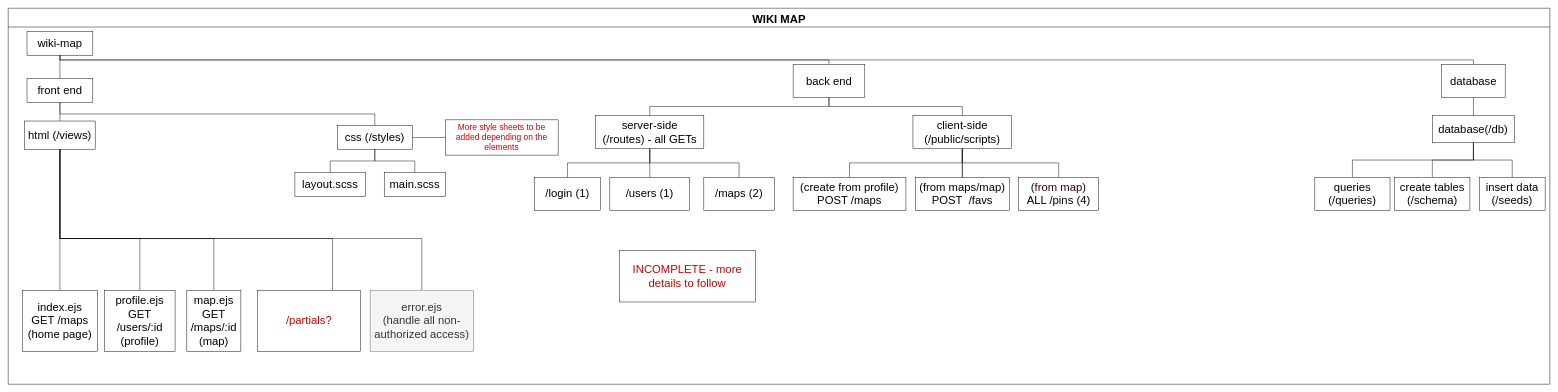
Above: planning/wiki-map-task-tree.drawio in GraceWXT/wiki-map (draw.io), before the change. Source tidied: cells renumbered, new cells numbered last; positions are measured from the earlier drawing's top-left corner, leaving out a move shared by most shapes. Both pictures are drawn from the tidied source at 47%, with x=0, y=0 at pixel (8, 8).
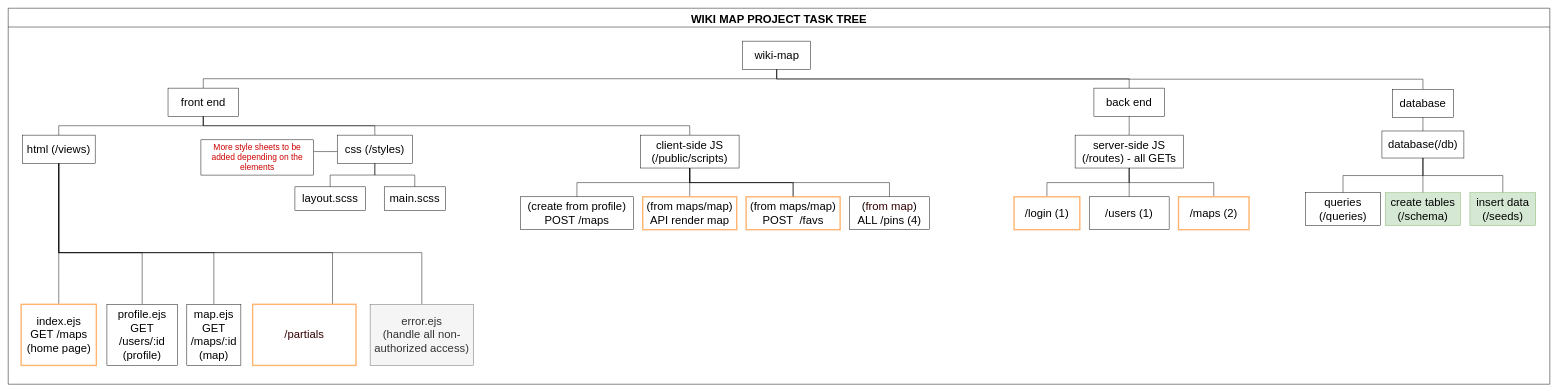
The same diagram, later.

Commit message (it also covers changes not shown here):
Update task-tree. Upload meeting notes for today.

What changed in the source:
```diff
@@
-    <mxCell id="2" value="WIKI MAP" style="swimlane;startSize=40;horizontal=1;containerType=tree;fontSize=24;" parent="1" vertex="1">
+    <mxCell id="2" value="WIKI MAP PROJECT TASK TREE" style="swimlane;startSize=40;horizontal=1;containerType=tree;fontSize=24;" parent="1" vertex="1">
       <mxGeometry width="3280" height="800" as="geometry" />
     </mxCell>
@@
     <mxCell id="4" value="wiki-map" style="whiteSpace=wrap;html=1;newEdgeStyle={&quot;edgeStyle&quot;:&quot;elbowEdgeStyle&quot;,&quot;startArrow&quot;:&quot;none&quot;,&quot;endArrow&quot;:&quot;none&quot;};fontSize=24;" parent="2" vertex="1">
-      <mxGeometry x="40" y="50" width="140" height="50" as="geometry" />
+      <mxGeometry x="1562.5" y="70" width="145" height="60" as="geometry" />
     </mxCell>
     <mxCell id="5" value="html (/views)" style="whiteSpace=wrap;html=1;newEdgeStyle={&quot;edgeStyle&quot;:&quot;elbowEdgeStyle&quot;,&quot;startArrow&quot;:&quot;none&quot;,&quot;endArrow&quot;:&quot;none&quot;};fontSize=24;" parent="2" vertex="1">
-      <mxGeometry x="35" y="240" width="150" height="60" as="geometry" />
+      <mxGeometry x="30" y="270" width="155" height="60" as="geometry" />
     </mxCell>
@@
     <mxCell id="7" value="front end" style="whiteSpace=wrap;html=1;newEdgeStyle={&quot;edgeStyle&quot;:&quot;elbowEdgeStyle&quot;,&quot;startArrow&quot;:&quot;none&quot;,&quot;endArrow&quot;:&quot;none&quot;};fontSize=24;" parent="2" vertex="1">
-      <mxGeometry x="40" y="150" width="140" height="50" as="geometry" />
+      <mxGeometry x="340" y="170" width="150" height="60" as="geometry" />
     </mxCell>
@@
     <mxCell id="9" value="back end" style="whiteSpace=wrap;html=1;newEdgeStyle={&quot;edgeStyle&quot;:&quot;elbowEdgeStyle&quot;,&quot;startArrow&quot;:&quot;none&quot;,&quot;endArrow&quot;:&quot;none&quot;};fontSize=24;" parent="2" vertex="1">
-      <mxGeometry x="1670" y="120" width="152.5" height="70" as="geometry" />
+      <mxGeometry x="2310" y="170" width="150" height="60" as="geometry" />
     </mxCell>
@@
     <mxCell id="11" value="database" style="whiteSpace=wrap;html=1;newEdgeStyle={&quot;edgeStyle&quot;:&quot;elbowEdgeStyle&quot;,&quot;startArrow&quot;:&quot;none&quot;,&quot;endArrow&quot;:&quot;none&quot;};fontSize=24;" parent="2" vertex="1">
-      <mxGeometry x="3050" y="120" width="135" height="70" as="geometry" />
+      <mxGeometry x="2945" y="172.5" width="130" height="60" as="geometry" />
     </mxCell>
-    <mxCell id="12" style="edgeStyle=elbowEdgeStyle;elbow=vertical;startArrow=none;endArrow=none;rounded=0;fontSize=24;" parent="2" edge="1" source="9" target="13">
+    <mxCell id="12" style="edgeStyle=elbowEdgeStyle;elbow=vertical;startArrow=none;endArrow=none;rounded=0;fontSize=24;exitX=0.5;exitY=1;exitDx=0;exitDy=0;" parent="2" edge="1" source="9" target="13">
       <mxGeometry relative="1" as="geometry" />
     </mxCell>
-    <mxCell id="13" value="server-side&lt;br&gt;(/routes) - all GETs" style="whiteSpace=wrap;html=1;newEdgeStyle={&quot;edgeStyle&quot;:&quot;elbowEdgeStyle&quot;,&quot;startArrow&quot;:&quot;none&quot;,&quot;endArrow&quot;:&quot;none&quot;};fontSize=24;" parent="2" vertex="1">
-      <mxGeometry x="1250" y="228.8" width="230" height="70" as="geometry" />
+    <mxCell id="13" value="server-side JS&lt;br&gt;(/routes) - all GETs" style="whiteSpace=wrap;html=1;newEdgeStyle={&quot;edgeStyle&quot;:&quot;elbowEdgeStyle&quot;,&quot;startArrow&quot;:&quot;none&quot;,&quot;endArrow&quot;:&quot;none&quot;};fontSize=24;" parent="2" vertex="1">
+      <mxGeometry x="2270" y="270" width="230" height="70" as="geometry" />
     </mxCell>
@@
     <mxCell id="15" value="database(/db)" style="whiteSpace=wrap;html=1;newEdgeStyle={&quot;edgeStyle&quot;:&quot;elbowEdgeStyle&quot;,&quot;startArrow&quot;:&quot;none&quot;,&quot;endArrow&quot;:&quot;none&quot;};fontSize=24;" parent="2" vertex="1">
-      <mxGeometry x="3030.3" y="228.8" width="174.4" height="57.5" as="geometry" />
+      <mxGeometry x="2922.8" y="261.2" width="174.4" height="57.5" as="geometry" />
     </mxCell>
@@
     <mxCell id="17" value="css (/styles)" style="whiteSpace=wrap;html=1;newEdgeStyle={&quot;edgeStyle&quot;:&quot;elbowEdgeStyle&quot;,&quot;startArrow&quot;:&quot;none&quot;,&quot;endArrow&quot;:&quot;none&quot;};fontSize=24;" parent="2" vertex="1">
-      <mxGeometry x="700" y="250" width="160" height="50" as="geometry" />
+      <mxGeometry x="700" y="270" width="160" height="60" as="geometry" />
     </mxCell>
@@
-    <mxCell id="19" value="index.ejs&lt;br style=&quot;font-size: 24px;&quot;&gt;GET /maps&lt;br style=&quot;font-size: 24px;&quot;&gt;(home page)" style="whiteSpace=wrap;html=1;newEdgeStyle={&quot;edgeStyle&quot;:&quot;elbowEdgeStyle&quot;,&quot;startArrow&quot;:&quot;none&quot;,&quot;endArrow&quot;:&quot;none&quot;};fontSize=24;" parent="2" vertex="1">
-      <mxGeometry x="30" y="600" width="160" height="130" as="geometry" />
+    <mxCell id="19" value="index.ejs&lt;br style=&quot;font-size: 24px;&quot;&gt;GET /maps&lt;br style=&quot;font-size: 24px;&quot;&gt;(home page)" style="whiteSpace=wrap;html=1;newEdgeStyle={&quot;edgeStyle&quot;:&quot;elbowEdgeStyle&quot;,&quot;startArrow&quot;:&quot;none&quot;,&quot;endArrow&quot;:&quot;none&quot;};fontSize=24;strokeColor=#FFB570;strokeWidth=3;" parent="2" vertex="1">
+      <mxGeometry x="27.5" y="630" width="160" height="130" as="geometry" />
     </mxCell>
     <mxCell id="20" style="edgeStyle=elbowEdgeStyle;elbow=vertical;startArrow=none;endArrow=none;rounded=0;fontSize=24;" parent="2" edge="1" source="5" target="21">
       <mxGeometry relative="1" as="geometry">
         <Array as="points">
-          <mxPoint x="200" y="490" />
+          <mxPoint x="200" y="520" />
         </Array>
       </mxGeometry>
     </mxCell>
     <mxCell id="21" value="profile.ejs&lt;br style=&quot;font-size: 24px;&quot;&gt;GET /users/:id&lt;br style=&quot;font-size: 24px;&quot;&gt;(profile)" style="whiteSpace=wrap;html=1;newEdgeStyle={&quot;edgeStyle&quot;:&quot;elbowEdgeStyle&quot;,&quot;startArrow&quot;:&quot;none&quot;,&quot;endArrow&quot;:&quot;none&quot;};fontSize=24;" parent="2" vertex="1">
-      <mxGeometry x="205" y="600" width="150" height="130" as="geometry" />
+      <mxGeometry x="210" y="630" width="150" height="130" as="geometry" />
     </mxCell>
     <mxCell id="22" style="edgeStyle=elbowEdgeStyle;elbow=vertical;startArrow=none;endArrow=none;rounded=0;fontSize=24;" parent="2" edge="1" source="5" target="23">
       <mxGeometry relative="1" as="geometry">
         <Array as="points">
-          <mxPoint x="280" y="490" />
+          <mxPoint x="280" y="520" />
         </Array>
       </mxGeometry>
     </mxCell>
     <mxCell id="23" value="map.ejs&lt;br style=&quot;font-size: 24px;&quot;&gt;GET /maps/:id&lt;br style=&quot;font-size: 24px;&quot;&gt;(map)" style="whiteSpace=wrap;html=1;newEdgeStyle={&quot;edgeStyle&quot;:&quot;elbowEdgeStyle&quot;,&quot;startArrow&quot;:&quot;none&quot;,&quot;endArrow&quot;:&quot;none&quot;};fontSize=24;" parent="2" vertex="1">
-      <mxGeometry x="380" y="600" width="115" height="130" as="geometry" />
+      <mxGeometry x="380" y="630" width="115" height="130" as="geometry" />
     </mxCell>
-    <mxCell id="24" value="INCOMPLETE - more details to follow" style="rounded=0;whiteSpace=wrap;html=1;fontSize=24;fontColor=#CC0000;" parent="2" vertex="1">
-      <mxGeometry x="1300" y="515" width="290" height="110" as="geometry" />
-    </mxCell>
@@
     <mxCell id="26" value="main.scss" style="whiteSpace=wrap;html=1;newEdgeStyle={&quot;edgeStyle&quot;:&quot;elbowEdgeStyle&quot;,&quot;startArrow&quot;:&quot;none&quot;,&quot;endArrow&quot;:&quot;none&quot;};fontSize=24;" parent="2" vertex="1">
-      <mxGeometry x="800" y="350" width="130" height="50" as="geometry" />
+      <mxGeometry x="800" y="380" width="130" height="50" as="geometry" />
     </mxCell>
@@
     <mxCell id="28" value="layout.scss" style="whiteSpace=wrap;html=1;newEdgeStyle={&quot;edgeStyle&quot;:&quot;elbowEdgeStyle&quot;,&quot;startArrow&quot;:&quot;none&quot;,&quot;endArrow&quot;:&quot;none&quot;};fontSize=24;" parent="2" vertex="1">
-      <mxGeometry x="610" y="350" width="150" height="50" as="geometry" />
+      <mxGeometry x="610" y="380" width="150" height="50" as="geometry" />
     </mxCell>
-    <mxCell id="29" style="edgeStyle=elbowEdgeStyle;elbow=vertical;startArrow=none;endArrow=none;rounded=0;fontSize=24;" parent="2" edge="1" source="9" target="30">
+    <mxCell id="29" style="edgeStyle=elbowEdgeStyle;elbow=vertical;startArrow=none;endArrow=none;rounded=0;fontSize=24;exitX=0.5;exitY=1;exitDx=0;exitDy=0;" parent="2" edge="1" source="7" target="30">
       <mxGeometry relative="1" as="geometry" />
     </mxCell>
-    <mxCell id="30" value="client-side&lt;br style=&quot;font-size: 24px;&quot;&gt;(/public/scripts)" style="whiteSpace=wrap;html=1;newEdgeStyle={&quot;edgeStyle&quot;:&quot;elbowEdgeStyle&quot;,&quot;startArrow&quot;:&quot;none&quot;,&quot;endArrow&quot;:&quot;none&quot;};fontSize=24;" parent="2" vertex="1">
-      <mxGeometry x="1925" y="228.8" width="210" height="70" as="geometry" />
+    <mxCell id="30" value="client-side JS&lt;br style=&quot;font-size: 24px&quot;&gt;(/public/scripts)" style="whiteSpace=wrap;html=1;newEdgeStyle={&quot;edgeStyle&quot;:&quot;elbowEdgeStyle&quot;,&quot;startArrow&quot;:&quot;none&quot;,&quot;endArrow&quot;:&quot;none&quot;};fontSize=24;" parent="2" vertex="1">
+      <mxGeometry x="1345" y="270" width="210" height="70" as="geometry" />
     </mxCell>
@@
-    <mxCell id="32" value="insert data&lt;br style=&quot;font-size: 24px;&quot;&gt;(/seeds)" style="whiteSpace=wrap;html=1;newEdgeStyle={&quot;edgeStyle&quot;:&quot;elbowEdgeStyle&quot;,&quot;startArrow&quot;:&quot;none&quot;,&quot;endArrow&quot;:&quot;none&quot;};fontSize=24;" parent="2" vertex="1">
-      <mxGeometry x="3130" y="360" width="140" height="70" as="geometry" />
+    <mxCell id="32" value="insert data&lt;br style=&quot;font-size: 24px;&quot;&gt;(/seeds)" style="whiteSpace=wrap;html=1;newEdgeStyle={&quot;edgeStyle&quot;:&quot;elbowEdgeStyle&quot;,&quot;startArrow&quot;:&quot;none&quot;,&quot;endArrow&quot;:&quot;none&quot;};fontSize=24;fillColor=#d5e8d4;strokeColor=#82b366;" parent="2" vertex="1">
+      <mxGeometry x="3110" y="392.5" width="140" height="70" as="geometry" />
     </mxCell>
@@
-    <mxCell id="34" value="create tables (/schema)" style="whiteSpace=wrap;html=1;newEdgeStyle={&quot;edgeStyle&quot;:&quot;elbowEdgeStyle&quot;,&quot;startArrow&quot;:&quot;none&quot;,&quot;endArrow&quot;:&quot;none&quot;};fontSize=24;" parent="2" vertex="1">
-      <mxGeometry x="2950" y="360" width="160" height="70" as="geometry" />
+    <mxCell id="34" value="create tables (/schema)" style="whiteSpace=wrap;html=1;newEdgeStyle={&quot;edgeStyle&quot;:&quot;elbowEdgeStyle&quot;,&quot;startArrow&quot;:&quot;none&quot;,&quot;endArrow&quot;:&quot;none&quot;};fontSize=24;fillColor=#d5e8d4;strokeColor=#82b366;" parent="2" vertex="1">
+      <mxGeometry x="2930" y="392.5" width="160" height="70" as="geometry" />
     </mxCell>
     <mxCell id="35" style="edgeStyle=elbowEdgeStyle;elbow=vertical;startArrow=none;endArrow=none;rounded=0;fontSize=24;" parent="2" edge="1" source="5" target="36">
       <mxGeometry relative="1" as="geometry">
         <Array as="points">
-          <mxPoint x="690" y="490" />
+          <mxPoint x="690" y="520" />
         </Array>
       </mxGeometry>
     </mxCell>
-    <mxCell id="36" value="/partials?" style="whiteSpace=wrap;html=1;newEdgeStyle={&quot;edgeStyle&quot;:&quot;elbowEdgeStyle&quot;,&quot;startArrow&quot;:&quot;none&quot;,&quot;endArrow&quot;:&quot;none&quot;};fontSize=24;fontColor=#CC0000;" parent="2" vertex="1">
-      <mxGeometry x="530" y="600" width="220" height="130" as="geometry" />
+    <mxCell id="36" value="/partials" style="whiteSpace=wrap;html=1;newEdgeStyle={&quot;edgeStyle&quot;:&quot;elbowEdgeStyle&quot;,&quot;startArrow&quot;:&quot;none&quot;,&quot;endArrow&quot;:&quot;none&quot;};fontSize=24;fontColor=#330000;strokeColor=#FFB570;strokeWidth=3;" parent="2" vertex="1">
+      <mxGeometry x="520" y="630" width="220" height="130" as="geometry" />
     </mxCell>
     <mxCell id="37" style="edgeStyle=elbowEdgeStyle;elbow=vertical;startArrow=none;endArrow=none;rounded=0;fontSize=24;" parent="2" edge="1" source="5" target="38">
       <mxGeometry relative="1" as="geometry">
         <Array as="points">
-          <mxPoint x="570" y="490" />
+          <mxPoint x="570" y="520" />
         </Array>
       </mxGeometry>
     </mxCell>
     <mxCell id="38" value="error.ejs&lt;br style=&quot;font-size: 24px&quot;&gt;(handle all non-authorized access)" style="whiteSpace=wrap;html=1;newEdgeStyle={&quot;edgeStyle&quot;:&quot;elbowEdgeStyle&quot;,&quot;startArrow&quot;:&quot;none&quot;,&quot;endArrow&quot;:&quot;none&quot;};fontSize=24;fillColor=#f5f5f5;strokeColor=#666666;fontColor=#333333;" parent="2" vertex="1">
-      <mxGeometry x="770" y="600" width="220" height="130" as="geometry" />
+      <mxGeometry x="770" y="630" width="220" height="130" as="geometry" />
     </mxCell>
@@
-    <mxCell id="40" value="/maps (2)" style="whiteSpace=wrap;html=1;newEdgeStyle={&quot;edgeStyle&quot;:&quot;elbowEdgeStyle&quot;,&quot;startArrow&quot;:&quot;none&quot;,&quot;endArrow&quot;:&quot;none&quot;};fontSize=24;" parent="2" vertex="1">
-      <mxGeometry x="1480" y="360" width="150" height="70" as="geometry" />
+    <mxCell id="40" value="/maps (2)" style="whiteSpace=wrap;html=1;newEdgeStyle={&quot;edgeStyle&quot;:&quot;elbowEdgeStyle&quot;,&quot;startArrow&quot;:&quot;none&quot;,&quot;endArrow&quot;:&quot;none&quot;};fontSize=24;strokeColor=#FFB570;strokeWidth=3;" parent="2" vertex="1">
+      <mxGeometry x="2490" y="401.2" width="150" height="70" as="geometry" />
     </mxCell>
@@
     <mxCell id="42" value="/users (1)" style="whiteSpace=wrap;html=1;newEdgeStyle={&quot;edgeStyle&quot;:&quot;elbowEdgeStyle&quot;,&quot;startArrow&quot;:&quot;none&quot;,&quot;endArrow&quot;:&quot;none&quot;};fontSize=24;" parent="2" vertex="1">
-      <mxGeometry x="1280" y="360" width="170" height="70" as="geometry" />
+      <mxGeometry x="2300" y="401.2" width="170" height="70" as="geometry" />
     </mxCell>
@@
-    <mxCell id="44" value="/login (1)" style="whiteSpace=wrap;html=1;newEdgeStyle={&quot;edgeStyle&quot;:&quot;elbowEdgeStyle&quot;,&quot;startArrow&quot;:&quot;none&quot;,&quot;endArrow&quot;:&quot;none&quot;};fontSize=24;" parent="2" vertex="1">
-      <mxGeometry x="1120" y="360" width="140" height="70" as="geometry" />
+    <mxCell id="44" value="/login (1)" style="whiteSpace=wrap;html=1;newEdgeStyle={&quot;edgeStyle&quot;:&quot;elbowEdgeStyle&quot;,&quot;startArrow&quot;:&quot;none&quot;,&quot;endArrow&quot;:&quot;none&quot;};fontSize=24;strokeColor=#FFB570;strokeWidth=3;" parent="2" vertex="1">
+      <mxGeometry x="2140" y="401.2" width="140" height="70" as="geometry" />
     </mxCell>
@@
     <mxCell id="47" value="(create from profile)&lt;br&gt;POST /maps" style="whiteSpace=wrap;html=1;newEdgeStyle={&quot;edgeStyle&quot;:&quot;elbowEdgeStyle&quot;,&quot;startArrow&quot;:&quot;none&quot;,&quot;endArrow&quot;:&quot;none&quot;};fontSize=24;" parent="2" vertex="1">
-      <mxGeometry x="1670" y="360" width="240" height="70" as="geometry" />
+      <mxGeometry x="1090" y="401.2" width="240" height="70" as="geometry" />
     </mxCell>
@@
     <mxCell id="49" value="(&lt;font color=&quot;#330000&quot;&gt;from map&lt;/font&gt;)&lt;br&gt;ALL /pins (4)" style="whiteSpace=wrap;html=1;newEdgeStyle={&quot;edgeStyle&quot;:&quot;elbowEdgeStyle&quot;,&quot;startArrow&quot;:&quot;none&quot;,&quot;endArrow&quot;:&quot;none&quot;};fontSize=24;" parent="2" vertex="1">
-      <mxGeometry x="2150" y="360" width="170" height="70" as="geometry" />
+      <mxGeometry x="1790" y="401.2" width="170" height="70" as="geometry" />
     </mxCell>
-    <mxCell id="50" value="(from maps/map)&lt;br&gt;POST&amp;nbsp; /favs" style="whiteSpace=wrap;html=1;newEdgeStyle={&quot;edgeStyle&quot;:&quot;elbowEdgeStyle&quot;,&quot;startArrow&quot;:&quot;none&quot;,&quot;endArrow&quot;:&quot;none&quot;};fontSize=24;" parent="2" vertex="1">
-      <mxGeometry x="1930" y="360" width="200" height="70" as="geometry" />
+    <mxCell id="50" value="(from maps/map)&lt;br&gt;POST&amp;nbsp; /favs" style="whiteSpace=wrap;html=1;newEdgeStyle={&quot;edgeStyle&quot;:&quot;elbowEdgeStyle&quot;,&quot;startArrow&quot;:&quot;none&quot;,&quot;endArrow&quot;:&quot;none&quot;};fontSize=24;strokeColor=#FFB570;strokeWidth=3;" parent="2" vertex="1">
+      <mxGeometry x="1570" y="401.2" width="200" height="70" as="geometry" />
     </mxCell>
@@
     <mxCell id="53" value="&lt;font color=&quot;#cc0000&quot; style=&quot;font-size: 18px&quot;&gt;More style sheets to be added depending on the elements&lt;/font&gt;" style="whiteSpace=wrap;html=1;newEdgeStyle={&quot;edgeStyle&quot;:&quot;elbowEdgeStyle&quot;,&quot;startArrow&quot;:&quot;none&quot;,&quot;endArrow&quot;:&quot;none&quot;};fontSize=18;" parent="2" vertex="1">
-      <mxGeometry x="930" y="237.5" width="240" height="75" as="geometry" />
+      <mxGeometry x="410" y="280" width="240" height="75" as="geometry" />
     </mxCell>
@@
     <mxCell id="55" value="queries (/queries)" style="whiteSpace=wrap;html=1;newEdgeStyle={&quot;edgeStyle&quot;:&quot;elbowEdgeStyle&quot;,&quot;startArrow&quot;:&quot;none&quot;,&quot;endArrow&quot;:&quot;none&quot;};fontSize=24;" parent="2" vertex="1">
-      <mxGeometry x="2780" y="360" width="160" height="70" as="geometry" />
+      <mxGeometry x="2760" y="392.5" width="160" height="70" as="geometry" />
     </mxCell>
+    <mxCell id="56" style="edgeStyle=elbowEdgeStyle;elbow=vertical;startArrow=none;endArrow=none;rounded=0;fontSize=24;" parent="2" edge="1" source="30" target="57">
+      <mxGeometry relative="1" as="geometry" />
+    </mxCell>
+    <mxCell id="57" value="(from maps/map)&lt;br&gt;API render map" style="whiteSpace=wrap;html=1;newEdgeStyle={&quot;edgeStyle&quot;:&quot;elbowEdgeStyle&quot;,&quot;startArrow&quot;:&quot;none&quot;,&quot;endArrow&quot;:&quot;none&quot;};fontSize=24;strokeColor=#FFB570;strokeWidth=3;" parent="2" vertex="1">
+      <mxGeometry x="1350" y="401.2" width="200" height="70" as="geometry" />
+    </mxCell>
```
